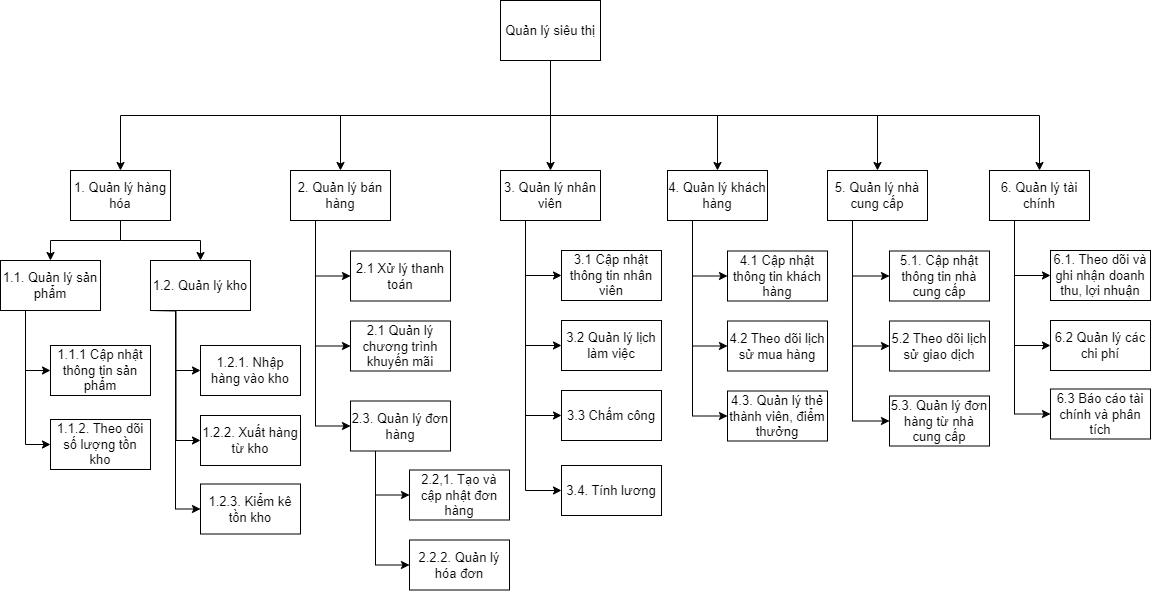
Before: Sơ đồ phân rã chức năng.drawio.png, a diagram exported from draw.io (DatLe328/Phan-tich-thiet-ke-he-thong). Source tidied: cells renumbered, new cells last; positions are measured from the earlier drawing's top-left corner, leaving out a move shared by most shapes. Source of this version:
```xml
<mxGraphModel>
  <root>
    <mxCell id="0" />
    <mxCell id="1" parent="0" />
    <mxCell id="2" style="edgeStyle=orthogonalEdgeStyle;rounded=0;jettySize=auto;html=1;exitX=0.5;exitY=1;exitDx=0;exitDy=0;entryX=0.5;entryY=0;entryDx=0;entryDy=0;fontSize=13;" parent="1" edge="1" source="8" target="11">
      <mxGeometry relative="1" as="geometry" />
    </mxCell>
    <mxCell id="3" style="edgeStyle=orthogonalEdgeStyle;rounded=0;jettySize=auto;html=1;exitX=0.5;exitY=1;exitDx=0;exitDy=0;entryX=0.5;entryY=0;entryDx=0;entryDy=0;fontSize=13;" parent="1" edge="1" source="8" target="15">
      <mxGeometry relative="1" as="geometry" />
    </mxCell>
    <mxCell id="4" style="edgeStyle=orthogonalEdgeStyle;rounded=0;jettySize=auto;html=1;exitX=0.5;exitY=1;exitDx=0;exitDy=0;entryX=0.5;entryY=0;entryDx=0;entryDy=0;fontSize=13;" parent="1" edge="1" source="8" target="21">
      <mxGeometry relative="1" as="geometry" />
    </mxCell>
    <mxCell id="5" style="edgeStyle=orthogonalEdgeStyle;rounded=0;jettySize=auto;html=1;exitX=0.5;exitY=1;exitDx=0;exitDy=0;entryX=0.5;entryY=0;entryDx=0;entryDy=0;fontSize=13;" parent="1" edge="1" source="8" target="29">
      <mxGeometry relative="1" as="geometry" />
    </mxCell>
    <mxCell id="6" style="edgeStyle=orthogonalEdgeStyle;rounded=0;jettySize=auto;html=1;exitX=0.5;exitY=1;exitDx=0;exitDy=0;entryX=0.5;entryY=0;entryDx=0;entryDy=0;fontSize=13;" parent="1" edge="1" source="8" target="34">
      <mxGeometry relative="1" as="geometry" />
    </mxCell>
    <mxCell id="7" style="edgeStyle=orthogonalEdgeStyle;rounded=0;jettySize=auto;html=1;exitX=0.5;exitY=1;exitDx=0;exitDy=0;entryX=0.5;entryY=0;entryDx=0;entryDy=0;fontSize=13;" parent="1" edge="1" source="8" target="43">
      <mxGeometry relative="1" as="geometry" />
    </mxCell>
    <mxCell id="8" value="Quản lý siêu thị" style="html=1;dashed=0;whiteSpace=wrap;fontSize=13;" parent="1" vertex="1">
      <mxGeometry x="500" width="100" height="60" as="geometry" />
    </mxCell>
    <mxCell id="9" style="edgeStyle=orthogonalEdgeStyle;rounded=0;jettySize=auto;html=1;exitX=0.5;exitY=1;exitDx=0;exitDy=0;entryX=0.5;entryY=0;entryDx=0;entryDy=0;fontSize=13;" parent="1" edge="1" source="11" target="44">
      <mxGeometry relative="1" as="geometry" />
    </mxCell>
    <mxCell id="10" style="edgeStyle=orthogonalEdgeStyle;rounded=0;jettySize=auto;html=1;exitX=0.5;exitY=1;exitDx=0;exitDy=0;entryX=0.5;entryY=0;entryDx=0;entryDy=0;fontSize=13;" parent="1" edge="1" source="11" target="45">
      <mxGeometry relative="1" as="geometry" />
    </mxCell>
    <mxCell id="11" value="1. Quản lý hàng hóa" style="html=1;dashed=0;whiteSpace=wrap;fontSize=13;" parent="1" vertex="1">
      <mxGeometry x="70" y="170" width="100" height="50" as="geometry" />
    </mxCell>
    <mxCell id="12" style="edgeStyle=orthogonalEdgeStyle;rounded=0;jettySize=auto;html=1;exitX=0.25;exitY=1;exitDx=0;exitDy=0;entryX=0;entryY=0.5;entryDx=0;entryDy=0;fontSize=13;" parent="1" edge="1" source="15" target="63">
      <mxGeometry relative="1" as="geometry" />
    </mxCell>
    <mxCell id="13" style="edgeStyle=orthogonalEdgeStyle;rounded=0;jettySize=auto;html=1;exitX=0.25;exitY=1;exitDx=0;exitDy=0;entryX=0;entryY=0.5;entryDx=0;entryDy=0;fontSize=13;" parent="1" edge="1" source="15" target="16">
      <mxGeometry relative="1" as="geometry" />
    </mxCell>
    <mxCell id="14" style="edgeStyle=orthogonalEdgeStyle;rounded=0;jettySize=auto;html=1;exitX=0.25;exitY=1;exitDx=0;exitDy=0;entryX=0;entryY=0.5;entryDx=0;entryDy=0;fontSize=13;" parent="1" edge="1" source="15" target="30">
      <mxGeometry relative="1" as="geometry" />
    </mxCell>
    <mxCell id="15" value="2. Quản lý bán hàng" style="html=1;dashed=0;whiteSpace=wrap;fontSize=13;" parent="1" vertex="1">
      <mxGeometry x="290" y="170" width="100" height="50" as="geometry" />
    </mxCell>
    <mxCell id="16" value="2.1 Quản lý chương trình khuyến mãi" style="html=1;dashed=0;whiteSpace=wrap;fontSize=13;" parent="1" vertex="1">
      <mxGeometry x="350" y="320.5" width="100" height="50" as="geometry" />
    </mxCell>
    <mxCell id="17" style="edgeStyle=orthogonalEdgeStyle;rounded=0;jettySize=auto;html=1;exitX=0.25;exitY=1;exitDx=0;exitDy=0;entryX=0;entryY=0.5;entryDx=0;entryDy=0;fontSize=13;" parent="1" edge="1" source="21" target="22">
      <mxGeometry relative="1" as="geometry" />
    </mxCell>
    <mxCell id="18" style="edgeStyle=orthogonalEdgeStyle;rounded=0;jettySize=auto;html=1;exitX=0.25;exitY=1;exitDx=0;exitDy=0;entryX=0;entryY=0.5;entryDx=0;entryDy=0;fontSize=13;" parent="1" edge="1" source="21" target="23">
      <mxGeometry relative="1" as="geometry" />
    </mxCell>
    <mxCell id="19" style="edgeStyle=orthogonalEdgeStyle;rounded=0;jettySize=auto;html=1;exitX=0.25;exitY=1;exitDx=0;exitDy=0;entryX=0;entryY=0.5;entryDx=0;entryDy=0;fontSize=13;" parent="1" edge="1" source="21" target="58">
      <mxGeometry relative="1" as="geometry" />
    </mxCell>
    <mxCell id="20" style="edgeStyle=orthogonalEdgeStyle;rounded=0;jettySize=auto;html=1;exitX=0.25;exitY=1;exitDx=0;exitDy=0;entryX=0;entryY=0.5;entryDx=0;entryDy=0;fontSize=13;" parent="1" edge="1" source="21" target="59">
      <mxGeometry relative="1" as="geometry" />
    </mxCell>
    <mxCell id="21" value="3. Quản lý nhân viên" style="html=1;dashed=0;whiteSpace=wrap;fontSize=13;" parent="1" vertex="1">
      <mxGeometry x="500" y="170" width="100" height="50" as="geometry" />
    </mxCell>
    <mxCell id="22" value="3.1 Cập nhật thông tin nhân viên" style="html=1;dashed=0;whiteSpace=wrap;fontSize=13;" parent="1" vertex="1">
      <mxGeometry x="561" y="250" width="100" height="50" as="geometry" />
    </mxCell>
    <mxCell id="23" value="3.2 Quản lý lịch làm việc" style="html=1;dashed=0;whiteSpace=wrap;fontSize=13;" parent="1" vertex="1">
      <mxGeometry x="561" y="320" width="100" height="50" as="geometry" />
    </mxCell>
    <mxCell id="24" value="5.1. Cập nhật thông tin nhà cung cấp" style="html=1;dashed=0;whiteSpace=wrap;fontSize=13;" parent="1" vertex="1">
      <mxGeometry x="889" y="250.5" width="100" height="50" as="geometry" />
    </mxCell>
    <mxCell id="25" value="5.2 Theo dõi lịch sử giao dịch" style="html=1;dashed=0;whiteSpace=wrap;fontSize=13;" parent="1" vertex="1">
      <mxGeometry x="889" y="320.5" width="100" height="50" as="geometry" />
    </mxCell>
    <mxCell id="26" style="edgeStyle=orthogonalEdgeStyle;rounded=0;jettySize=auto;html=1;exitX=0.25;exitY=1;exitDx=0;exitDy=0;entryX=0;entryY=0.5;entryDx=0;entryDy=0;fontSize=13;" parent="1" edge="1" source="29" target="24">
      <mxGeometry relative="1" as="geometry" />
    </mxCell>
    <mxCell id="27" style="edgeStyle=orthogonalEdgeStyle;rounded=0;jettySize=auto;html=1;exitX=0.25;exitY=1;exitDx=0;exitDy=0;entryX=0;entryY=0.5;entryDx=0;entryDy=0;fontSize=13;" parent="1" edge="1" source="29" target="25">
      <mxGeometry relative="1" as="geometry" />
    </mxCell>
    <mxCell id="28" style="edgeStyle=orthogonalEdgeStyle;rounded=0;jettySize=auto;html=1;exitX=0.25;exitY=1;exitDx=0;exitDy=0;entryX=0;entryY=0.5;entryDx=0;entryDy=0;" parent="1" edge="1" source="29" target="64">
      <mxGeometry relative="1" as="geometry" />
    </mxCell>
    <mxCell id="29" value="5. Quản lý nhà cung cấp" style="html=1;dashed=0;whiteSpace=wrap;fontSize=13;" parent="1" vertex="1">
      <mxGeometry x="827" y="170" width="100" height="50" as="geometry" />
    </mxCell>
    <mxCell id="30" value="2.3. Quản lý đơn hàng" style="html=1;dashed=0;whiteSpace=wrap;fontSize=13;" parent="1" vertex="1">
      <mxGeometry x="350" y="400.5" width="100" height="50" as="geometry" />
    </mxCell>
    <mxCell id="31" style="edgeStyle=orthogonalEdgeStyle;rounded=0;jettySize=auto;html=1;exitX=0.25;exitY=1;exitDx=0;exitDy=0;entryX=0;entryY=0.5;entryDx=0;entryDy=0;fontSize=13;" parent="1" edge="1" source="34" target="35">
      <mxGeometry relative="1" as="geometry" />
    </mxCell>
    <mxCell id="32" style="edgeStyle=orthogonalEdgeStyle;rounded=0;jettySize=auto;html=1;exitX=0.25;exitY=1;exitDx=0;exitDy=0;entryX=0;entryY=0.5;entryDx=0;entryDy=0;fontSize=13;" parent="1" edge="1" source="34" target="36">
      <mxGeometry relative="1" as="geometry" />
    </mxCell>
    <mxCell id="33" style="edgeStyle=orthogonalEdgeStyle;rounded=0;jettySize=auto;html=1;exitX=0.25;exitY=1;exitDx=0;exitDy=0;entryX=0;entryY=0.5;entryDx=0;entryDy=0;fontSize=13;" parent="1" edge="1" source="34" target="62">
      <mxGeometry relative="1" as="geometry" />
    </mxCell>
    <mxCell id="34" value="4. Quản lý khách hàng" style="html=1;dashed=0;whiteSpace=wrap;fontSize=13;" parent="1" vertex="1">
      <mxGeometry x="667" y="170" width="100" height="50" as="geometry" />
    </mxCell>
    <mxCell id="35" value="4.1 Cập nhật thông tin khách hàng" style="html=1;dashed=0;whiteSpace=wrap;fontSize=13;" parent="1" vertex="1">
      <mxGeometry x="727" y="250.5" width="100" height="50" as="geometry" />
    </mxCell>
    <mxCell id="36" value="4.2 Theo dõi lịch sử mua hàng" style="html=1;dashed=0;whiteSpace=wrap;fontSize=13;" parent="1" vertex="1">
      <mxGeometry x="727" y="320.5" width="100" height="50" as="geometry" />
    </mxCell>
    <mxCell id="37" value="6.1. Theo dõi và ghi nhận doanh thu, lợi nhuận" style="html=1;dashed=0;whiteSpace=wrap;fontSize=13;" parent="1" vertex="1">
      <mxGeometry x="1050" y="250" width="100" height="50" as="geometry" />
    </mxCell>
    <mxCell id="38" value="6.2 Quản lý các chi phí" style="html=1;dashed=0;whiteSpace=wrap;fontSize=13;" parent="1" vertex="1">
      <mxGeometry x="1050" y="320" width="100" height="50" as="geometry" />
    </mxCell>
    <mxCell id="39" value="6.3 Báo cáo tài chính và phân tích" style="html=1;dashed=0;whiteSpace=wrap;fontSize=13;" parent="1" vertex="1">
      <mxGeometry x="1050" y="388.5" width="100" height="50" as="geometry" />
    </mxCell>
    <mxCell id="40" style="edgeStyle=orthogonalEdgeStyle;rounded=0;jettySize=auto;html=1;exitX=0.25;exitY=1;exitDx=0;exitDy=0;entryX=0;entryY=0.5;entryDx=0;entryDy=0;fontSize=13;" parent="1" edge="1" source="43" target="37">
      <mxGeometry relative="1" as="geometry" />
    </mxCell>
    <mxCell id="41" style="edgeStyle=orthogonalEdgeStyle;rounded=0;jettySize=auto;html=1;exitX=0.25;exitY=1;exitDx=0;exitDy=0;entryX=0;entryY=0.5;entryDx=0;entryDy=0;fontSize=13;" parent="1" edge="1" source="43" target="38">
      <mxGeometry relative="1" as="geometry" />
    </mxCell>
    <mxCell id="42" style="edgeStyle=orthogonalEdgeStyle;rounded=0;jettySize=auto;html=1;exitX=0.25;exitY=1;exitDx=0;exitDy=0;entryX=0;entryY=0.5;entryDx=0;entryDy=0;fontSize=13;" parent="1" edge="1" source="43" target="39">
      <mxGeometry relative="1" as="geometry" />
    </mxCell>
    <mxCell id="43" value="6. Quản lý tài chính" style="html=1;dashed=0;whiteSpace=wrap;fontSize=13;" parent="1" vertex="1">
      <mxGeometry x="989" y="170" width="100" height="50" as="geometry" />
    </mxCell>
    <mxCell id="44" value="1.1. Quản lý sản phẩm" style="html=1;dashed=0;whiteSpace=wrap;fontSize=13;" parent="1" vertex="1">
      <mxGeometry y="260" width="100" height="50" as="geometry" />
    </mxCell>
    <mxCell id="45" value="1.2. Quản lý kho" style="html=1;dashed=0;whiteSpace=wrap;fontSize=13;" parent="1" vertex="1">
      <mxGeometry x="150" y="260" width="100" height="50" as="geometry" />
    </mxCell>
    <mxCell id="46" style="edgeStyle=orthogonalEdgeStyle;rounded=0;jettySize=auto;html=1;exitX=0.25;exitY=1;exitDx=0;exitDy=0;entryX=0;entryY=0.5;entryDx=0;entryDy=0;fontSize=13;" parent="1" edge="1" source="44" target="47">
      <mxGeometry relative="1" as="geometry" />
    </mxCell>
    <mxCell id="47" value="1.1.1 Cập nhật thông tin sản phẩm" style="html=1;dashed=0;whiteSpace=wrap;fontSize=13;" parent="1" vertex="1">
      <mxGeometry x="50" y="345" width="100" height="50" as="geometry" />
    </mxCell>
    <mxCell id="48" style="edgeStyle=orthogonalEdgeStyle;rounded=0;jettySize=auto;html=1;entryX=0;entryY=0.5;entryDx=0;entryDy=0;exitX=0.25;exitY=1;exitDx=0;exitDy=0;fontSize=13;" parent="1" edge="1" source="45" target="51">
      <mxGeometry relative="1" as="geometry" />
    </mxCell>
    <mxCell id="49" style="edgeStyle=orthogonalEdgeStyle;rounded=0;jettySize=auto;html=1;exitX=0.25;exitY=1;exitDx=0;exitDy=0;entryX=0;entryY=0.5;entryDx=0;entryDy=0;fontSize=13;" parent="1" edge="1" target="52">
      <mxGeometry relative="1" as="geometry">
        <mxPoint x="150" y="310" as="sourcePoint" />
      </mxGeometry>
    </mxCell>
    <mxCell id="50" style="edgeStyle=orthogonalEdgeStyle;rounded=0;jettySize=auto;html=1;entryX=0;entryY=0.5;entryDx=0;entryDy=0;exitX=0.25;exitY=1;exitDx=0;exitDy=0;fontSize=13;" parent="1" edge="1" source="45" target="53">
      <mxGeometry relative="1" as="geometry" />
    </mxCell>
    <mxCell id="51" value="1.2.1. Nhập hàng vào kho" style="html=1;dashed=0;whiteSpace=wrap;fontSize=13;" parent="1" vertex="1">
      <mxGeometry x="200" y="345" width="100" height="50" as="geometry" />
    </mxCell>
    <mxCell id="52" value="1.2.2. Xuất hàng từ kho" style="html=1;dashed=0;whiteSpace=wrap;fontSize=13;" parent="1" vertex="1">
      <mxGeometry x="200" y="415" width="100" height="50" as="geometry" />
    </mxCell>
    <mxCell id="53" value="1.2.3. Kiểm kê tồn kho" style="html=1;dashed=0;whiteSpace=wrap;fontSize=13;" parent="1" vertex="1">
      <mxGeometry x="200" y="483.5" width="100" height="50" as="geometry" />
    </mxCell>
    <mxCell id="54" style="edgeStyle=orthogonalEdgeStyle;rounded=0;jettySize=auto;html=1;entryX=0;entryY=0.5;entryDx=0;entryDy=0;exitX=0.25;exitY=1;exitDx=0;exitDy=0;fontSize=13;" parent="1" edge="1" source="30" target="56">
      <mxGeometry relative="1" as="geometry" />
    </mxCell>
    <mxCell id="55" style="edgeStyle=orthogonalEdgeStyle;rounded=0;jettySize=auto;html=1;exitX=0.25;exitY=1;exitDx=0;exitDy=0;entryX=0;entryY=0.5;entryDx=0;entryDy=0;fontSize=13;" parent="1" edge="1" source="30" target="57">
      <mxGeometry relative="1" as="geometry" />
    </mxCell>
    <mxCell id="56" value="2.2,1. Tạo và cập nhật đơn hàng" style="html=1;dashed=0;whiteSpace=wrap;fontSize=13;" parent="1" vertex="1">
      <mxGeometry x="409" y="469.5" width="100" height="50" as="geometry" />
    </mxCell>
    <mxCell id="57" value="2.2.2. Quản lý hóa đơn" style="html=1;dashed=0;whiteSpace=wrap;fontSize=13;" parent="1" vertex="1">
      <mxGeometry x="409" y="539.5" width="100" height="50" as="geometry" />
    </mxCell>
    <mxCell id="58" value="3.3 Chấm công" style="html=1;dashed=0;whiteSpace=wrap;fontSize=13;" parent="1" vertex="1">
      <mxGeometry x="561" y="390" width="100" height="50" as="geometry" />
    </mxCell>
    <mxCell id="59" value="3.4. Tính lương" style="html=1;dashed=0;whiteSpace=wrap;fontSize=13;" parent="1" vertex="1">
      <mxGeometry x="561" y="465" width="100" height="50" as="geometry" />
    </mxCell>
    <mxCell id="60" style="edgeStyle=orthogonalEdgeStyle;rounded=0;jettySize=auto;html=1;exitX=0.25;exitY=1;exitDx=0;exitDy=0;entryX=0;entryY=0.5;entryDx=0;entryDy=0;fontSize=13;" parent="1" edge="1" source="44" target="61">
      <mxGeometry relative="1" as="geometry" />
    </mxCell>
    <mxCell id="61" value="1.1.2. Theo dõi số lượng tồn kho" style="html=1;dashed=0;whiteSpace=wrap;fontSize=13;" parent="1" vertex="1">
      <mxGeometry x="50" y="419" width="100" height="50" as="geometry" />
    </mxCell>
    <mxCell id="62" value="4.3. Quản lý thẻ thành viên, điểm thưởng" style="html=1;dashed=0;whiteSpace=wrap;fontSize=13;" parent="1" vertex="1">
      <mxGeometry x="727" y="390.5" width="100" height="50" as="geometry" />
    </mxCell>
    <mxCell id="63" value="2.1 Xử lý thanh toán" style="html=1;dashed=0;whiteSpace=wrap;fontSize=13;" parent="1" vertex="1">
      <mxGeometry x="350" y="250.5" width="100" height="50" as="geometry" />
    </mxCell>
    <mxCell id="64" value="5.3. Quản lý đơn hàng từ nhà cung cấp" style="html=1;dashed=0;whiteSpace=wrap;fontSize=13;" parent="1" vertex="1">
      <mxGeometry x="889" y="395.5" width="100" height="50" as="geometry" />
    </mxCell>
  </root>
</mxGraphModel>
```
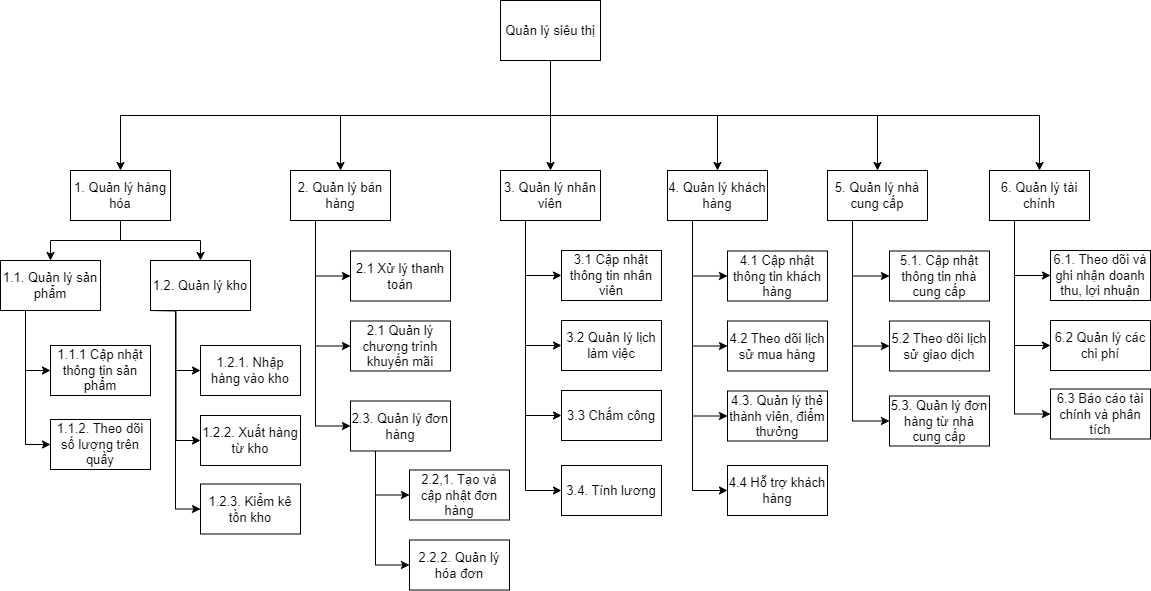
Later version of the same file.

Commit message:
Cập nhật Sơ đồ phân rã chức năng.drawio.png

Diff of the diagram source:
```diff
@@ -98,6 +98,9 @@
     <mxCell id="33" style="edgeStyle=orthogonalEdgeStyle;rounded=0;jettySize=auto;html=1;exitX=0.25;exitY=1;exitDx=0;exitDy=0;entryX=0;entryY=0.5;entryDx=0;entryDy=0;fontSize=13;" parent="1" edge="1" source="34" target="62">
       <mxGeometry relative="1" as="geometry" />
     </mxCell>
+    <mxCell id="65" style="edgeStyle=orthogonalEdgeStyle;rounded=0;jettySize=auto;html=1;exitX=0.25;exitY=1;exitDx=0;exitDy=0;entryX=0;entryY=0.5;entryDx=0;entryDy=0;" parent="1" edge="1" source="34" target="66">
+      <mxGeometry relative="1" as="geometry" />
+    </mxCell>
     <mxCell id="34" value="4. Quản lý khách hàng" style="html=1;dashed=0;whiteSpace=wrap;fontSize=13;" parent="1" vertex="1">
       <mxGeometry x="667" y="170" width="100" height="50" as="geometry" />
     </mxCell>
@@ -181,7 +184,7 @@
     <mxCell id="60" style="edgeStyle=orthogonalEdgeStyle;rounded=0;jettySize=auto;html=1;exitX=0.25;exitY=1;exitDx=0;exitDy=0;entryX=0;entryY=0.5;entryDx=0;entryDy=0;fontSize=13;" parent="1" edge="1" source="44" target="61">
       <mxGeometry relative="1" as="geometry" />
     </mxCell>
-    <mxCell id="61" value="1.1.2. Theo dõi số lượng tồn kho" style="html=1;dashed=0;whiteSpace=wrap;fontSize=13;" parent="1" vertex="1">
+    <mxCell id="61" value="1.1.2. Theo dõi số lượng trên quầy" style="html=1;dashed=0;whiteSpace=wrap;fontSize=13;" parent="1" vertex="1">
       <mxGeometry x="50" y="419" width="100" height="50" as="geometry" />
     </mxCell>
     <mxCell id="62" value="4.3. Quản lý thẻ thành viên, điểm thưởng" style="html=1;dashed=0;whiteSpace=wrap;fontSize=13;" parent="1" vertex="1">
@@ -193,5 +196,8 @@
     <mxCell id="64" value="5.3. Quản lý đơn hàng từ nhà cung cấp" style="html=1;dashed=0;whiteSpace=wrap;fontSize=13;" parent="1" vertex="1">
       <mxGeometry x="889" y="395.5" width="100" height="50" as="geometry" />
     </mxCell>
+    <mxCell id="66" value="4.4 Hỗ trợ khách hàng" style="html=1;dashed=0;whiteSpace=wrap;fontSize=13;" parent="1" vertex="1">
+      <mxGeometry x="727" y="465" width="100" height="50" as="geometry" />
+    </mxCell>
   </root>
 </mxGraphModel>
```
